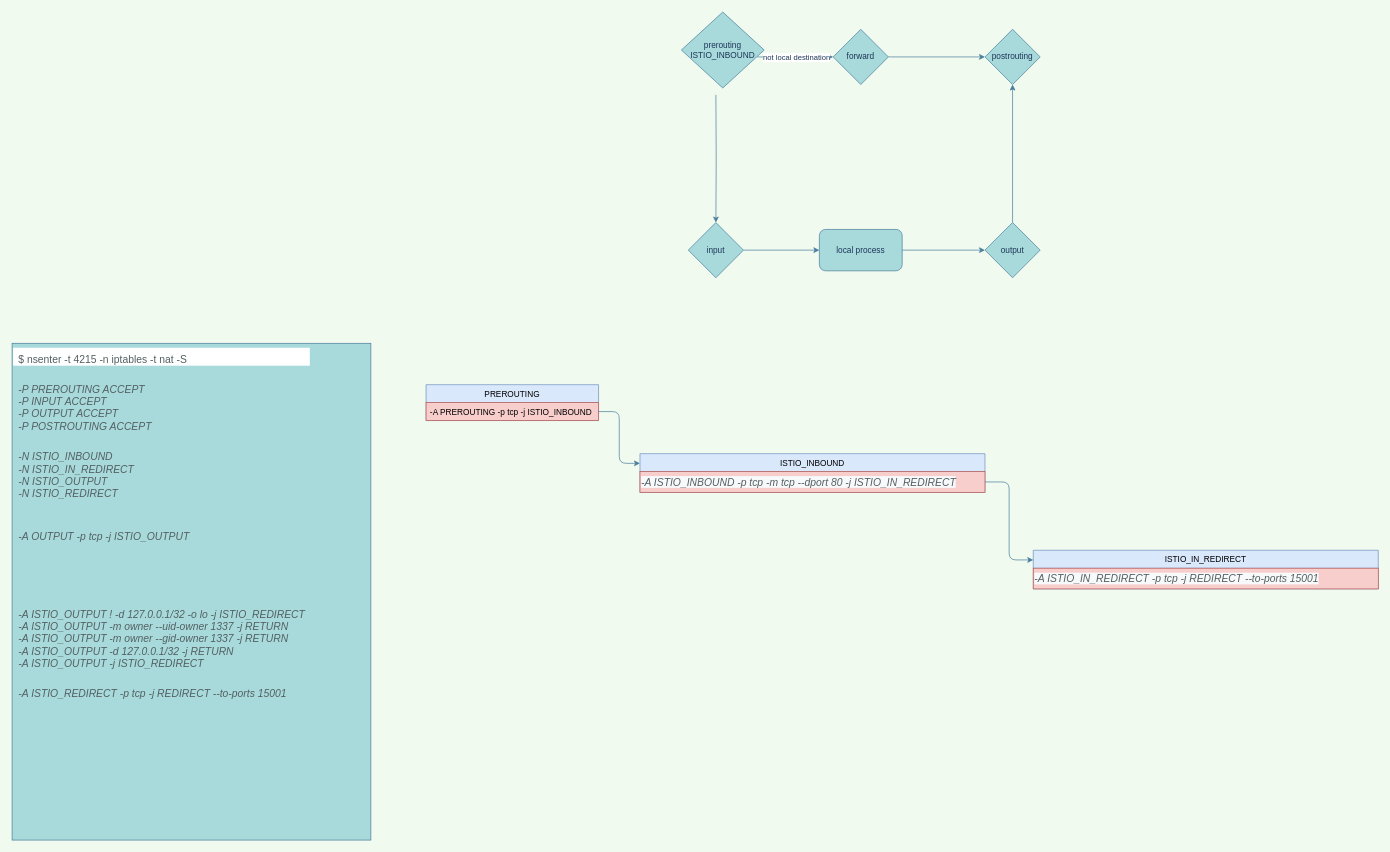
This is istio_sidecar_iptables_rules.drawio from xu1zhou/Documents, a draw.io file, before an edit. Source tidied: cells renumbered, new cells numbered last; positions are measured from the earlier drawing's top-left corner, leaving out a move shared by most shapes. Both pictures are drawn from the tidied source at 69%, with x=0, y=0 at pixel (12, 12).
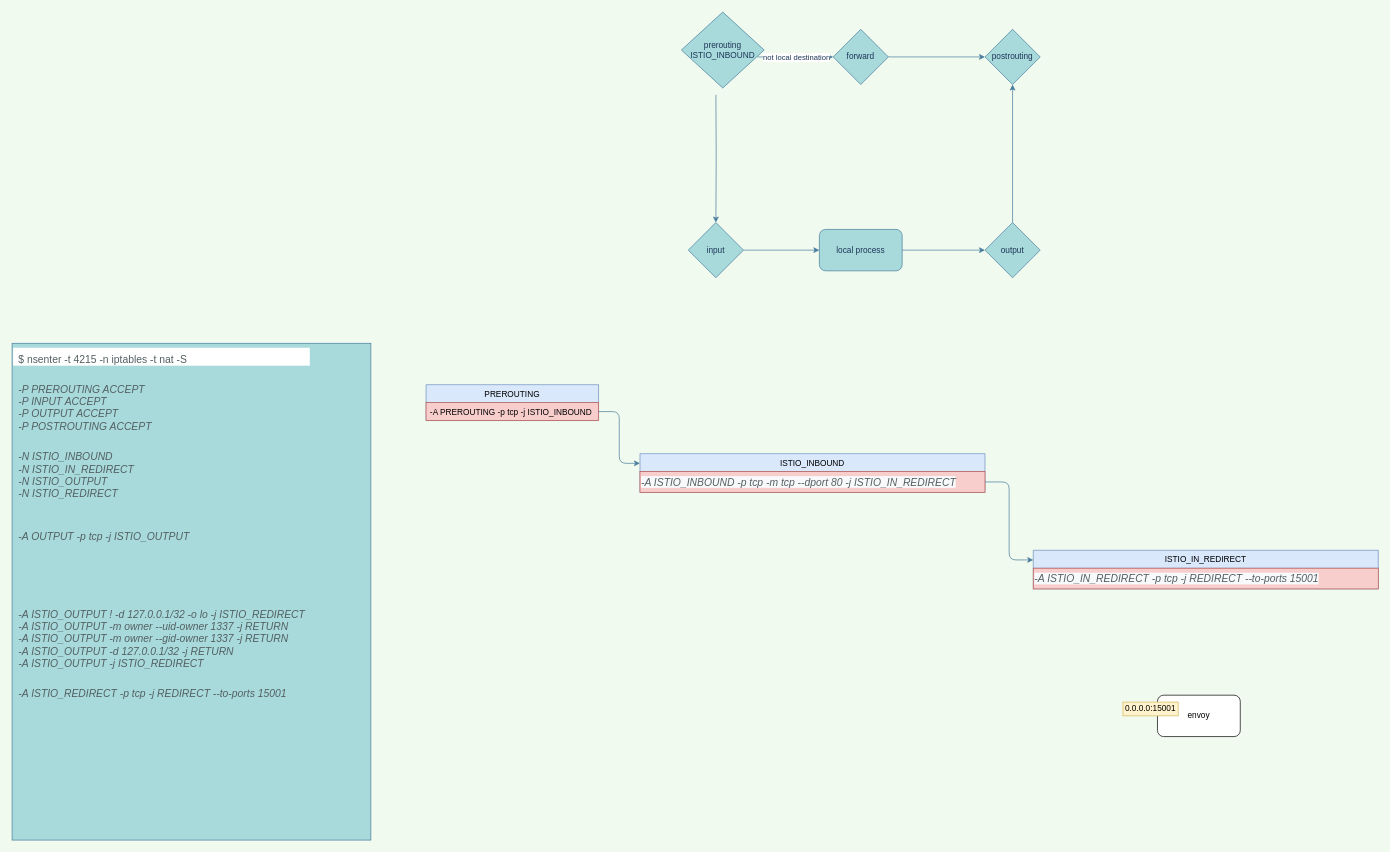
The same page after the edit.

The edit, as a diff of the source:
```diff
@@
+    <mxCell id="24" value="envoy" style="rounded=1;whiteSpace=wrap;html=1;" parent="1" vertex="1">
+      <mxGeometry x="1660" y="990" width="120" height="60" as="geometry" />
+    </mxCell>
+    <mxCell id="25" value="0.0.0.0:15001" style="text;html=1;strokeColor=#d6b656;fillColor=#fff2cc;align=center;verticalAlign=middle;whiteSpace=wrap;rounded=0;" parent="1" vertex="1">
+      <mxGeometry x="1610" y="1000" width="80" height="20" as="geometry" />
+    </mxCell>
```
